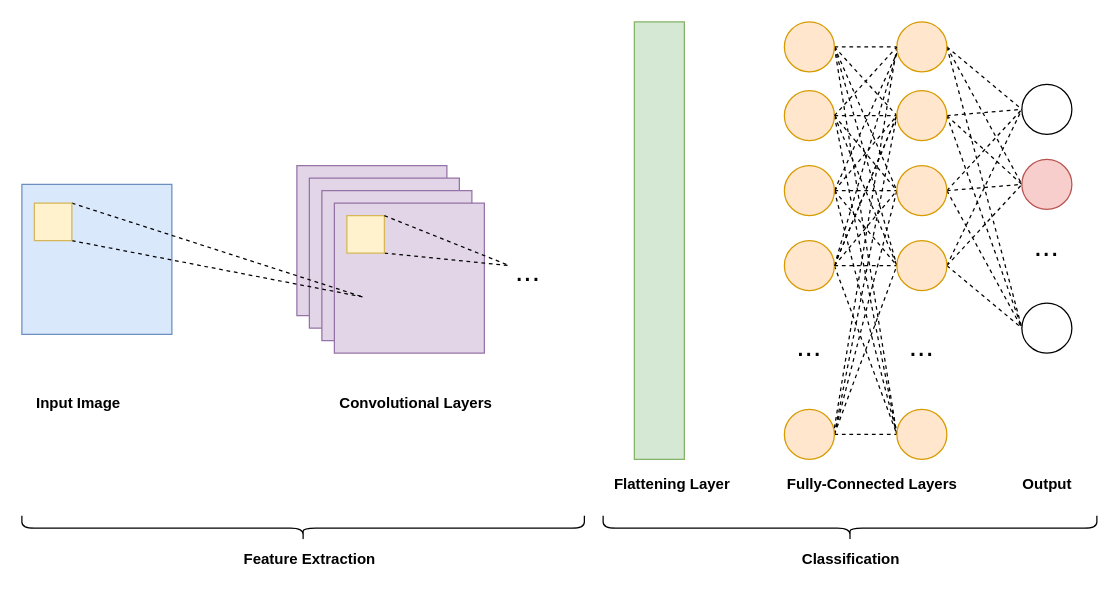
Before: generic_cnn_architecture.drawio in smalih/iot_monitor, a draw.io diagram. Source tidied: cells renumbered, new cells numbered last; positions are measured from the earlier drawing's top-left corner, leaving out a move shared by most shapes. Both pictures are drawn from the tidied source at 125%, with x=0, y=0 at pixel (21, 21).
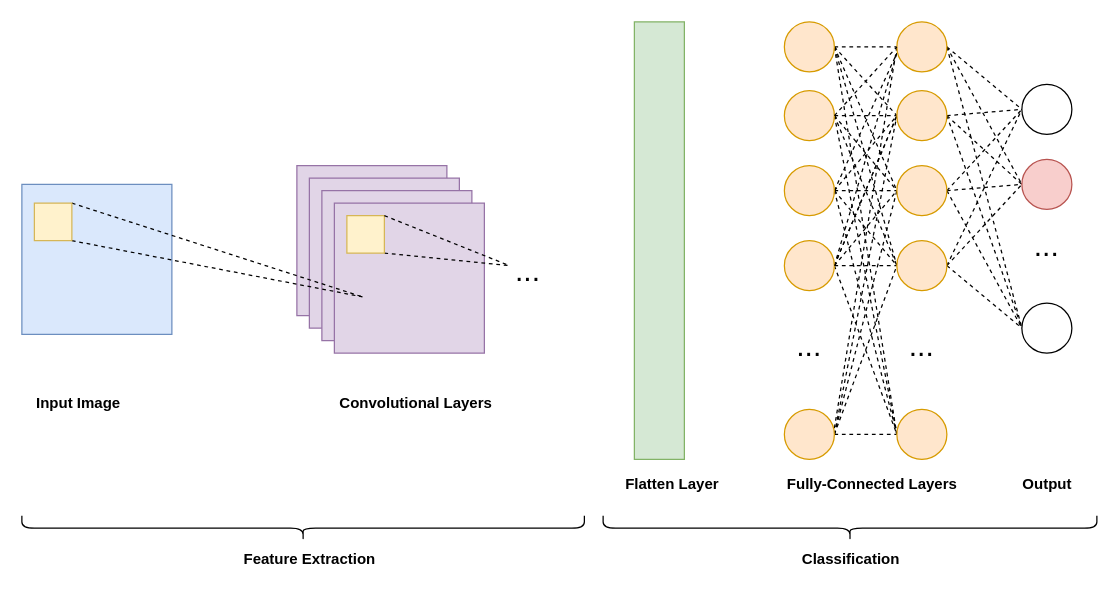
The same page after the edit.

Change to the diagram source:
```diff
@@
-    <mxCell id="73" value="&lt;b&gt;Flattening Layer&lt;/b&gt;" style="text;html=1;align=center;verticalAlign=middle;strokeColor=none;fillColor=none;" parent="1" vertex="1">
-      <mxGeometry x="460" y="355" width="120" height="30" as="geometry" />
+    <mxCell id="73" value="&lt;b&gt;Flatten Layer&lt;/b&gt;" style="text;html=1;align=center;verticalAlign=middle;strokeColor=none;fillColor=none;" parent="1" vertex="1">
+      <mxGeometry x="470" y="355" width="100" height="30" as="geometry" />
     </mxCell>
```
